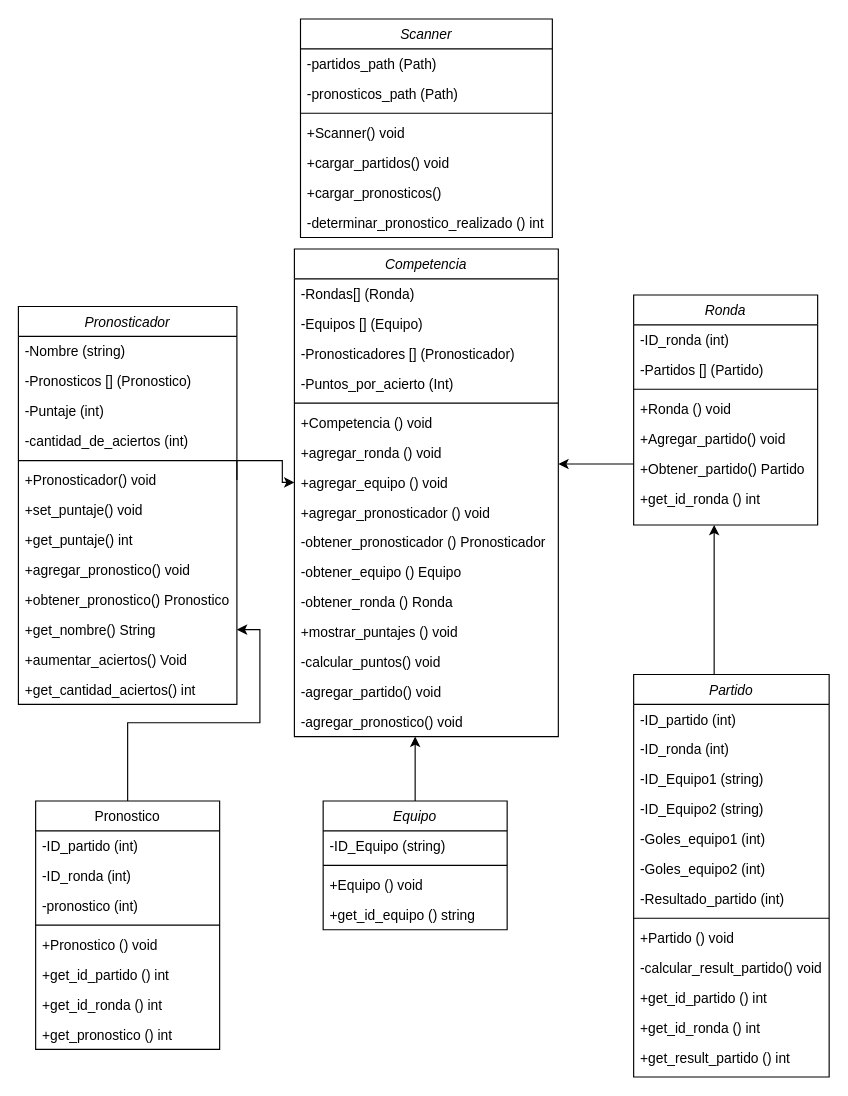
This is doc/UML_Pronosticador_Deportivo.drawio from gmenendez0/Pronosticador_Deportivo, a draw.io file, before an edit. Source tidied: cells renumbered, new cells numbered last; positions are measured from the earlier drawing's top-left corner, leaving out a move shared by most shapes. Both pictures are drawn from the tidied source at 115%, with x=0, y=0 at pixel (17, 18).
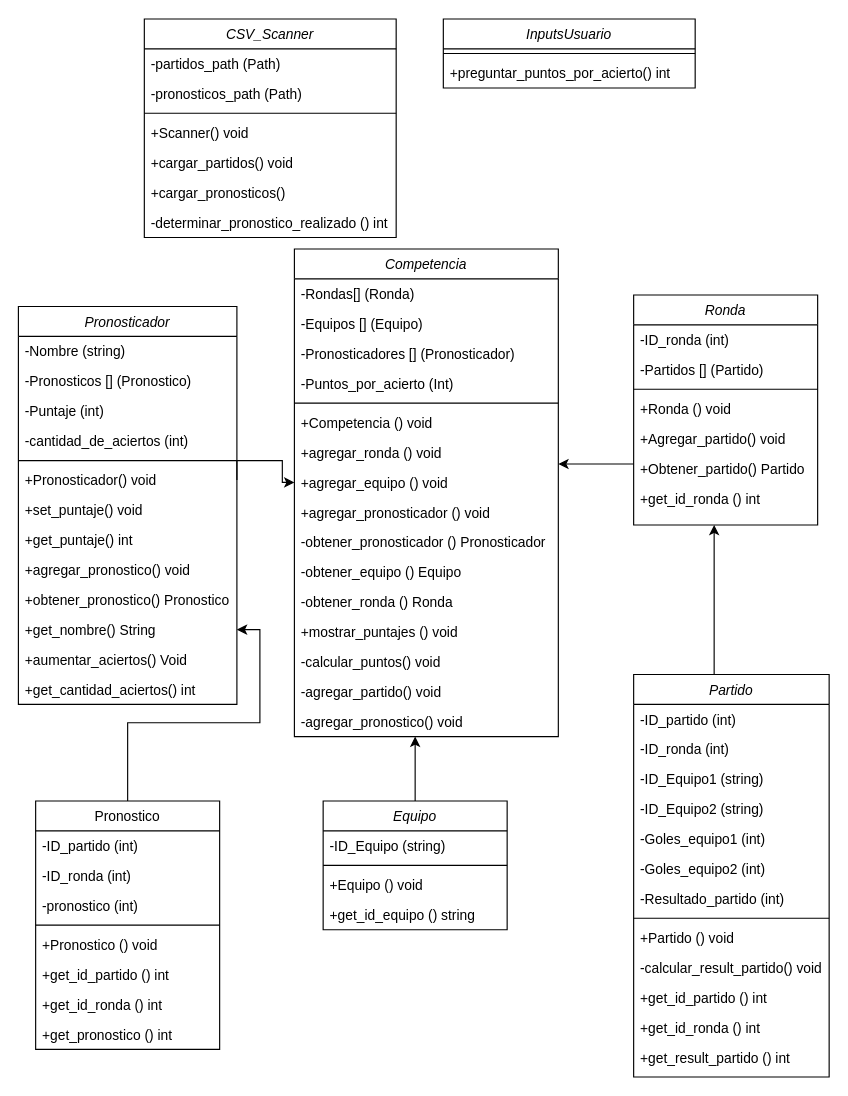
After the change.

Commit message (it also covers changes not shown here):
-Se agrega la clase InputsUsuario para interactuar por consola con el usuario. Se actualiza el uml con los cambios. -Mejoras de buenas practicas en la clase CSV_Scanner.

Diff of the diagram source:
```diff
@@
-    <mxCell id="74" value="Scanner" style="swimlane;fontStyle=2;align=center;verticalAlign=top;horizontal=1;startSize=26;rounded=0;shadow=0;strokeWidth=1;" parent="1" vertex="1">
-      <mxGeometry x="245.8" width="219" height="190" as="geometry" />
+    <mxCell id="74" value="CSV_Scanner" style="swimlane;fontStyle=2;align=center;verticalAlign=top;horizontal=1;startSize=26;rounded=0;shadow=0;strokeWidth=1;" parent="1" vertex="1">
+      <mxGeometry x="110" width="219" height="190" as="geometry" />
     </mxCell>
@@
+    <mxCell id="82" value="InputsUsuario" style="swimlane;fontStyle=2;align=center;verticalAlign=top;horizontal=1;startSize=26;rounded=0;shadow=0;strokeWidth=1;" parent="1" vertex="1">
+      <mxGeometry x="370" width="219" height="60" as="geometry" />
+    </mxCell>
+    <mxCell id="83" style="line;html=1;strokeWidth=1;align=left;verticalAlign=middle;spacingTop=-1;spacingLeft=3;spacingRight=3;labelPosition=right;" parent="82" vertex="1">
+      <mxGeometry y="26" width="219" height="8" as="geometry" />
+    </mxCell>
+    <mxCell id="84" value="+preguntar_puntos_por_acierto() int" style="text;align=left;verticalAlign=top;spacingLeft=4;spacingRight=4;overflow=hidden;rounded=0;shadow=0;html=0;" parent="82" vertex="1">
+      <mxGeometry y="34" width="219" height="26" as="geometry" />
+    </mxCell>
```
